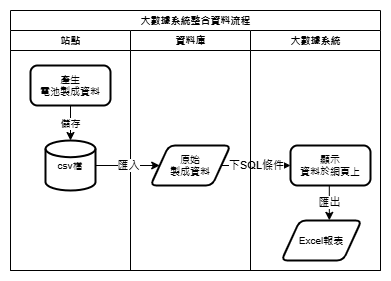
Above: src/assets/after.png in lshui1021/FinalProject (draw.io), before the change. Source tidied: cells renumbered, new cells last; positions are measured from the earlier drawing's top-left corner, leaving out a move shared by most shapes.
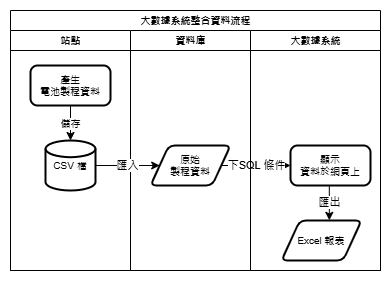
Later version of the same file.

What changed in the source:
```diff
@@ -8,10 +8,10 @@
     <mxCell id="3" value="站點" style="swimlane;startSize=20;html=1;fontSize=10;" parent="2" vertex="1">
       <mxGeometry y="20" width="120" height="240" as="geometry" />
     </mxCell>
-    <mxCell id="4" value="csv檔" style="strokeWidth=2;html=1;shape=mxgraph.flowchart.database;whiteSpace=wrap;verticalAlign=middle;fontSize=10;" parent="3" vertex="1">
+    <mxCell id="4" value="CSV 檔" style="strokeWidth=2;html=1;shape=mxgraph.flowchart.database;whiteSpace=wrap;verticalAlign=middle;fontSize=10;" parent="3" vertex="1">
       <mxGeometry x="35" y="110" width="50" height="50" as="geometry" />
     </mxCell>
-    <mxCell id="5" value="產生&lt;br&gt;&lt;div&gt;電池製成資料&lt;/div&gt;" style="rounded=1;whiteSpace=wrap;html=1;absoluteArcSize=1;arcSize=14;strokeWidth=2;fontSize=10;" parent="3" vertex="1">
+    <mxCell id="5" value="產生&lt;br&gt;&lt;div&gt;電池製程資料&lt;/div&gt;" style="rounded=1;whiteSpace=wrap;html=1;absoluteArcSize=1;arcSize=14;strokeWidth=2;fontSize=10;" parent="3" vertex="1">
       <mxGeometry x="20" y="35" width="80" height="40" as="geometry" />
     </mxCell>
     <mxCell id="6" value="儲存" style="edgeStyle=orthogonalEdgeStyle;rounded=0;jettySize=auto;html=1;exitX=0.5;exitY=1;exitDx=0;exitDy=0;entryX=0.5;entryY=0;entryDx=0;entryDy=0;entryPerimeter=0;fontSize=10;" parent="3" edge="1" source="5" target="4">
@@ -20,13 +20,13 @@
     <mxCell id="7" value="資料庫" style="swimlane;startSize=20;html=1;fontSize=10;" parent="2" vertex="1">
       <mxGeometry x="120" y="20" width="120" height="240" as="geometry" />
     </mxCell>
-    <mxCell id="8" value="原始&lt;div&gt;&lt;span style=&quot;background-color: transparent; color: light-dark(rgb(0, 0, 0), rgb(255, 255, 255));&quot;&gt;製成資料&lt;/span&gt;&lt;/div&gt;" style="shape=parallelogram;html=1;strokeWidth=2;perimeter=parallelogramPerimeter;whiteSpace=wrap;rounded=1;arcSize=12;size=0.23;fontSize=10;" parent="7" vertex="1">
+    <mxCell id="8" value="原始&lt;div&gt;&lt;span style=&quot;background-color: transparent; color: light-dark(rgb(0, 0, 0), rgb(255, 255, 255));&quot;&gt;製&lt;/span&gt;&lt;span style=&quot;background-color: transparent; color: light-dark(rgb(0, 0, 0), rgb(255, 255, 255));&quot;&gt;程&lt;/span&gt;&lt;span style=&quot;background-color: transparent; color: light-dark(rgb(0, 0, 0), rgb(255, 255, 255));&quot;&gt;資料&lt;/span&gt;&lt;/div&gt;" style="shape=parallelogram;html=1;strokeWidth=2;perimeter=parallelogramPerimeter;whiteSpace=wrap;rounded=1;arcSize=12;size=0.23;fontSize=10;" parent="7" vertex="1">
       <mxGeometry x="20" y="115" width="80" height="40" as="geometry" />
     </mxCell>
     <mxCell id="9" value="匯入" style="edgeStyle=orthogonalEdgeStyle;rounded=0;jettySize=auto;html=1;exitX=1;exitY=0.5;exitDx=0;exitDy=0;exitPerimeter=0;entryX=0;entryY=0.5;entryDx=0;entryDy=0;" parent="2" edge="1" source="4" target="8">
       <mxGeometry x="0.01" relative="1" as="geometry" />
     </mxCell>
-    <mxCell id="10" value="下SQL條件" style="edgeStyle=orthogonalEdgeStyle;rounded=0;jettySize=auto;html=1;exitX=1;exitY=0.5;exitDx=0;exitDy=0;labelBackgroundColor=default;textShadow=0;" parent="2" edge="1" source="8" target="12">
+    <mxCell id="10" value="下SQL 條件" style="edgeStyle=orthogonalEdgeStyle;rounded=0;jettySize=auto;html=1;exitX=1;exitY=0.5;exitDx=0;exitDy=0;labelBackgroundColor=default;textShadow=0;" parent="2" edge="1" source="8" target="12">
       <mxGeometry relative="1" as="geometry" />
     </mxCell>
     <mxCell id="11" value="大數據系統" style="swimlane;startSize=20;html=1;fontSize=10;" parent="2" vertex="1">
@@ -35,7 +35,7 @@
     <mxCell id="12" value="顯示&lt;div&gt;資料於網頁上&lt;/div&gt;" style="rounded=1;whiteSpace=wrap;html=1;absoluteArcSize=1;arcSize=14;strokeWidth=2;fontSize=10;" parent="11" vertex="1">
       <mxGeometry x="40" y="115" width="80" height="40" as="geometry" />
     </mxCell>
-    <mxCell id="13" value="Excel報表" style="shape=parallelogram;html=1;strokeWidth=2;perimeter=parallelogramPerimeter;whiteSpace=wrap;rounded=1;arcSize=12;size=0.23;fontSize=10;" parent="11" vertex="1">
+    <mxCell id="13" value="Excel 報表" style="shape=parallelogram;html=1;strokeWidth=2;perimeter=parallelogramPerimeter;whiteSpace=wrap;rounded=1;arcSize=12;size=0.23;fontSize=10;" parent="11" vertex="1">
       <mxGeometry x="31" y="190" width="80" height="40" as="geometry" />
     </mxCell>
     <mxCell id="14" value="匯出" style="edgeStyle=orthogonalEdgeStyle;rounded=0;jettySize=auto;html=1;exitX=0.5;exitY=1;exitDx=0;exitDy=0;entryX=0.598;entryY=-0.004;entryDx=0;entryDy=0;entryPerimeter=0;" parent="11" edge="1" source="12" target="13">
```
